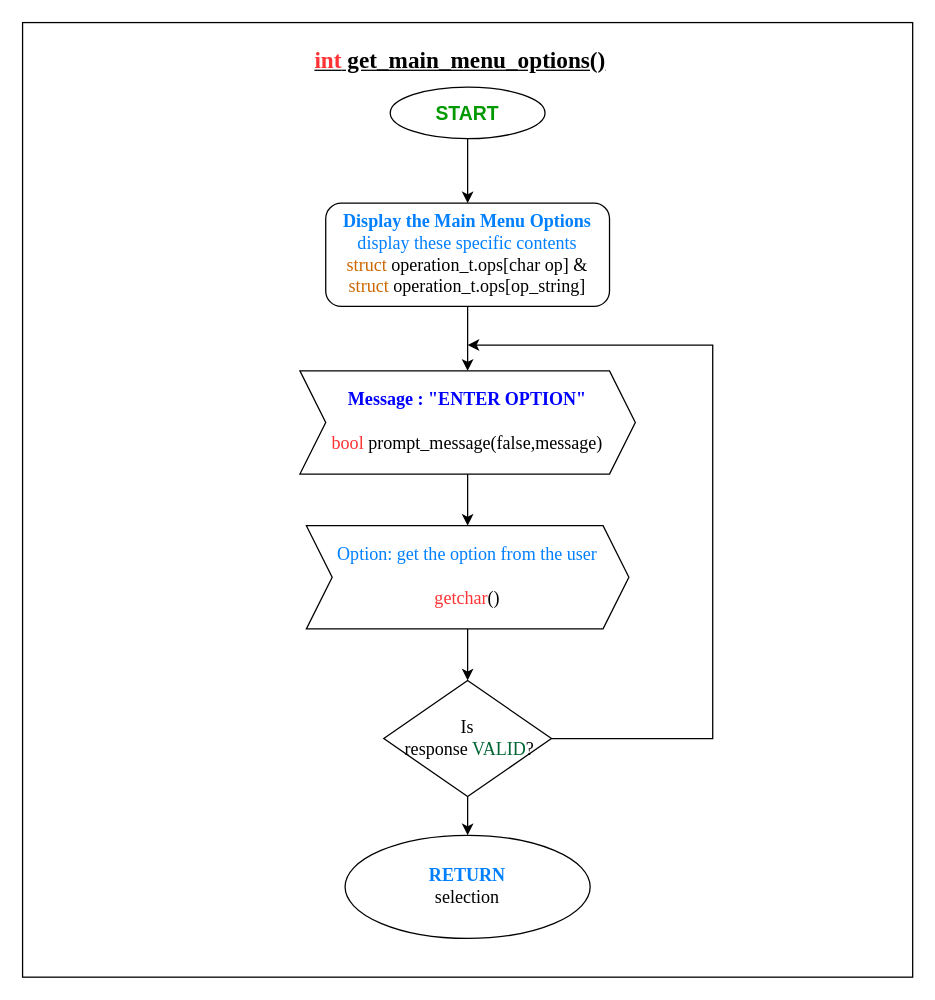
This is page "Page-1" (1 of 3) of MONICA._flowchart_after_tsdone.drawio from francis-job/MONICA_Design-Analysis, a draw.io file, before an edit. Source tidied: cells renumbered, new cells numbered last; positions are measured from the earlier drawing's top-left corner, leaving out a move shared by most shapes. Both pictures are drawn from the tidied source at 129%, with x=0, y=0 at pixel (22, 22).
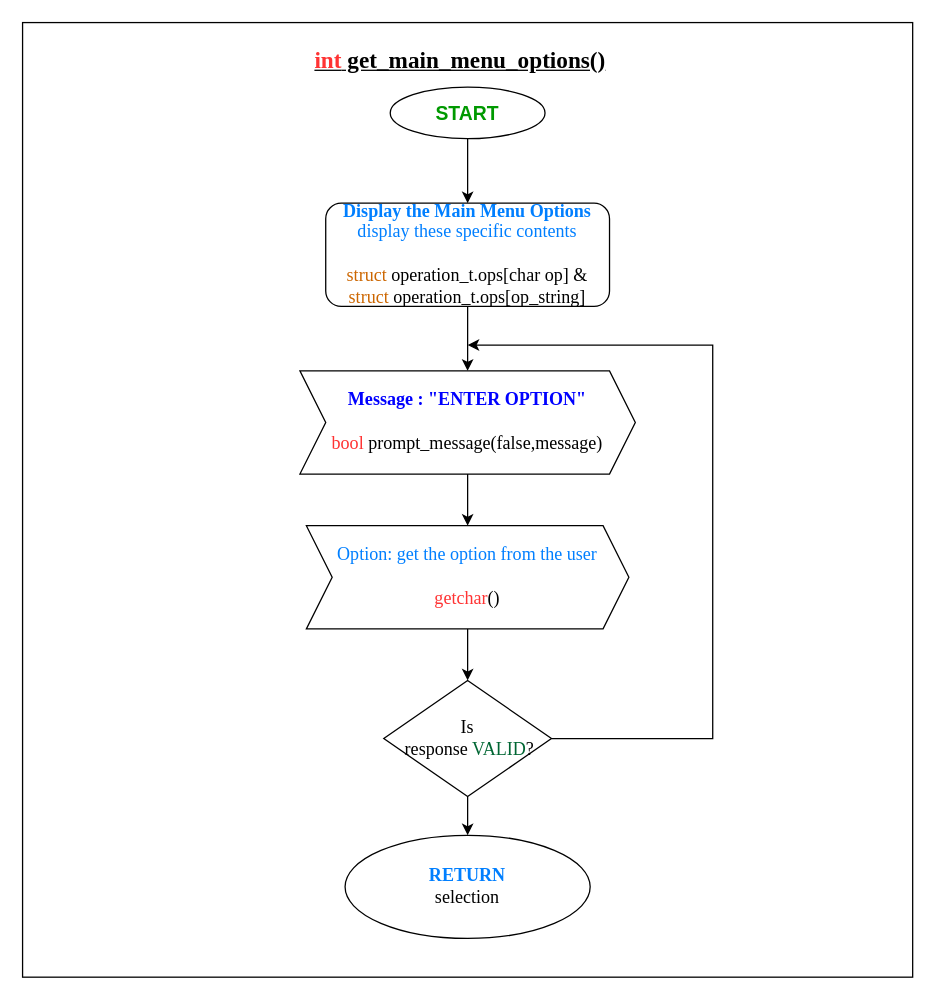
The same page after the edit.

The edit, as a diff of the source:
```diff
@@
 <mxGraphModel>
   <root>
     <mxCell id="0" />
     <mxCell id="1" parent="0" />
     <mxCell id="2" style="rounded=0;whiteSpace=wrap;html=1;" parent="1" vertex="1">
       <mxGeometry width="690" height="740" as="geometry" />
     </mxCell>
     <mxCell id="3" style="edgeStyle=orthogonalEdgeStyle;rounded=0;jettySize=auto;html=1;exitX=0.5;exitY=1;exitDx=0;exitDy=0;entryX=0.5;entryY=0;entryDx=0;entryDy=0;" parent="1" edge="1" source="4">
       <mxGeometry relative="1" as="geometry">
         <mxPoint x="345" y="140" as="targetPoint" />
       </mxGeometry>
     </mxCell>
     <mxCell id="4" value="&lt;b&gt;&lt;font color=&quot;#009900&quot; style=&quot;font-size: 15px&quot;&gt;START&lt;/font&gt;&lt;/b&gt;" style="ellipse;whiteSpace=wrap;html=1;" parent="1" vertex="1">
       <mxGeometry x="285" y="50" width="120" height="40" as="geometry" />
     </mxCell>
     <mxCell id="5" style="edgeStyle=orthogonalEdgeStyle;rounded=0;jettySize=auto;html=1;exitX=0.5;exitY=1;exitDx=0;exitDy=0;" parent="1" edge="1" source="6" target="13">
       <mxGeometry relative="1" as="geometry" />
     </mxCell>
     <mxCell id="6" value="&lt;font face=&quot;Times New Roman&quot; style=&quot;font-size: 14px&quot;&gt;&lt;b&gt;&lt;font color=&quot;#0000ff&quot; style=&quot;font-size: 14px&quot;&gt;Message : &quot;ENTER OPTION&quot;&lt;/font&gt;&lt;br&gt;&lt;/b&gt;&lt;br&gt;&lt;font color=&quot;#ff3333&quot; style=&quot;font-size: 14px&quot;&gt;bool&lt;/font&gt; prompt_message(false,message)&lt;/font&gt;" style="shape=step;perimeter=stepPerimeter;whiteSpace=wrap;html=1;fixedSize=1;" parent="1" vertex="1">
       <mxGeometry x="215" y="270" width="260" height="80" as="geometry" />
     </mxCell>
     <mxCell id="7" style="edgeStyle=orthogonalEdgeStyle;rounded=0;jettySize=auto;html=1;exitX=0.5;exitY=1;exitDx=0;exitDy=0;entryX=0.5;entryY=0;entryDx=0;entryDy=0;" parent="1" edge="1" source="8" target="6">
       <mxGeometry relative="1" as="geometry" />
     </mxCell>
-    <mxCell id="8" value="&lt;font face=&quot;Times New Roman&quot; style=&quot;font-size: 14px&quot;&gt;&lt;font color=&quot;#007fff&quot; style=&quot;font-size: 14px&quot;&gt;&lt;b&gt;Display&amp;nbsp;the Main Menu Options&lt;br&gt;&lt;/b&gt;display these specific contents&lt;br&gt;&lt;/font&gt;&lt;font color=&quot;#cc6600&quot; style=&quot;font-size: 14px&quot;&gt;struct&lt;/font&gt;&lt;span&gt;&amp;nbsp;operation_t.ops[char op] &amp;amp;&lt;/span&gt;&lt;br&gt;&lt;font color=&quot;#cc6600&quot; style=&quot;font-size: 14px&quot;&gt;struct&lt;/font&gt;&lt;span&gt;&amp;nbsp;operation_t.ops[op_string]&lt;/span&gt;&lt;/font&gt;" style="rounded=1;whiteSpace=wrap;html=1;" parent="1" vertex="1">
+    <mxCell id="8" value="&lt;font face=&quot;Times New Roman&quot; style=&quot;font-size: 14px&quot;&gt;&lt;font color=&quot;#007fff&quot; style=&quot;font-size: 14px&quot;&gt;&lt;b&gt;Display&amp;nbsp;the Main Menu Options&lt;br&gt;&lt;/b&gt;display these specific contents&lt;br&gt;&lt;br&gt;&lt;/font&gt;&lt;font color=&quot;#cc6600&quot; style=&quot;font-size: 14px&quot;&gt;struct&lt;/font&gt;&lt;span&gt;&amp;nbsp;operation_t.ops[char op] &amp;amp;&lt;/span&gt;&lt;br&gt;&lt;font color=&quot;#cc6600&quot; style=&quot;font-size: 14px&quot;&gt;struct&lt;/font&gt;&lt;span&gt;&amp;nbsp;operation_t.ops[op_string]&lt;/span&gt;&lt;/font&gt;" style="rounded=1;whiteSpace=wrap;html=1;" parent="1" vertex="1">
       <mxGeometry x="235" y="140" width="220" height="80" as="geometry" />
     </mxCell>
     <mxCell id="9" style="edgeStyle=orthogonalEdgeStyle;rounded=0;jettySize=auto;html=1;exitX=1;exitY=0.5;exitDx=0;exitDy=0;" parent="1" edge="1" source="11">
       <mxGeometry relative="1" as="geometry">
         <mxPoint x="345" y="250" as="targetPoint" />
         <Array as="points">
           <mxPoint x="535" y="555" />
           <mxPoint x="535" y="250" />
         </Array>
       </mxGeometry>
     </mxCell>
     <mxCell id="10" style="edgeStyle=orthogonalEdgeStyle;rounded=0;jettySize=auto;html=1;exitX=0.5;exitY=1;exitDx=0;exitDy=0;entryX=0.5;entryY=0;entryDx=0;entryDy=0;" parent="1" edge="1" source="11">
       <mxGeometry relative="1" as="geometry">
         <mxPoint x="345" y="630" as="targetPoint" />
       </mxGeometry>
     </mxCell>
     <mxCell id="11" value="&lt;font face=&quot;Times New Roman&quot; style=&quot;font-size: 14px&quot;&gt;Is&lt;br&gt;&amp;nbsp;response &lt;font style=&quot;font-size: 14px&quot; color=&quot;#006633&quot;&gt;VALID&lt;/font&gt;?&lt;/font&gt;" style="rhombus;whiteSpace=wrap;html=1;" parent="1" vertex="1">
       <mxGeometry x="280" y="510" width="130" height="90" as="geometry" />
     </mxCell>
     <mxCell id="12" style="edgeStyle=orthogonalEdgeStyle;rounded=0;jettySize=auto;html=1;exitX=0.5;exitY=1;exitDx=0;exitDy=0;" parent="1" edge="1" source="13" target="11">
       <mxGeometry relative="1" as="geometry" />
     </mxCell>
     <mxCell id="13" value="&lt;font style=&quot;font-size: 14px&quot; face=&quot;Times New Roman&quot;&gt;&lt;font color=&quot;#007fff&quot; style=&quot;font-size: 14px&quot;&gt;Option: get the option from the user&lt;br&gt;&lt;/font&gt;&lt;br&gt;&lt;font color=&quot;#ff3333&quot; style=&quot;font-size: 14px&quot;&gt;getchar&lt;/font&gt;()&lt;/font&gt;" style="shape=step;perimeter=stepPerimeter;whiteSpace=wrap;html=1;fixedSize=1;" parent="1" vertex="1">
       <mxGeometry x="220" y="390" width="250" height="80" as="geometry" />
     </mxCell>
     <mxCell id="14" value="&lt;font color=&quot;#007fff&quot; style=&quot;font-family: &amp;#34;times new roman&amp;#34; ; font-size: 14px&quot;&gt;&lt;b&gt;RETURN&lt;/b&gt;&lt;/font&gt;&lt;br style=&quot;font-family: &amp;#34;times new roman&amp;#34; ; font-size: 14px&quot;&gt;&lt;span style=&quot;font-family: &amp;#34;times new roman&amp;#34; ; font-size: 14px&quot;&gt;selection&lt;br&gt;&lt;/span&gt;" style="ellipse;whiteSpace=wrap;html=1;" parent="1" vertex="1">
       <mxGeometry x="250" y="630" width="190" height="80" as="geometry" />
     </mxCell>
     <mxCell id="15" value="&lt;font face=&quot;Times New Roman&quot; size=&quot;1&quot;&gt;&lt;b style=&quot;font-size: 18px&quot;&gt;&lt;u&gt;&lt;font color=&quot;#ff3333&quot;&gt;int&lt;/font&gt; get_main_menu_options()&lt;/u&gt;&lt;/b&gt;&lt;/font&gt;" style="text;html=1;align=center;verticalAlign=middle;fillColor=none;strokeColor=none;rounded=0;" parent="1" vertex="1">
       <mxGeometry x="219" y="20" width="240" height="20" as="geometry" />
     </mxCell>
   </root>
 </mxGraphModel>
```
